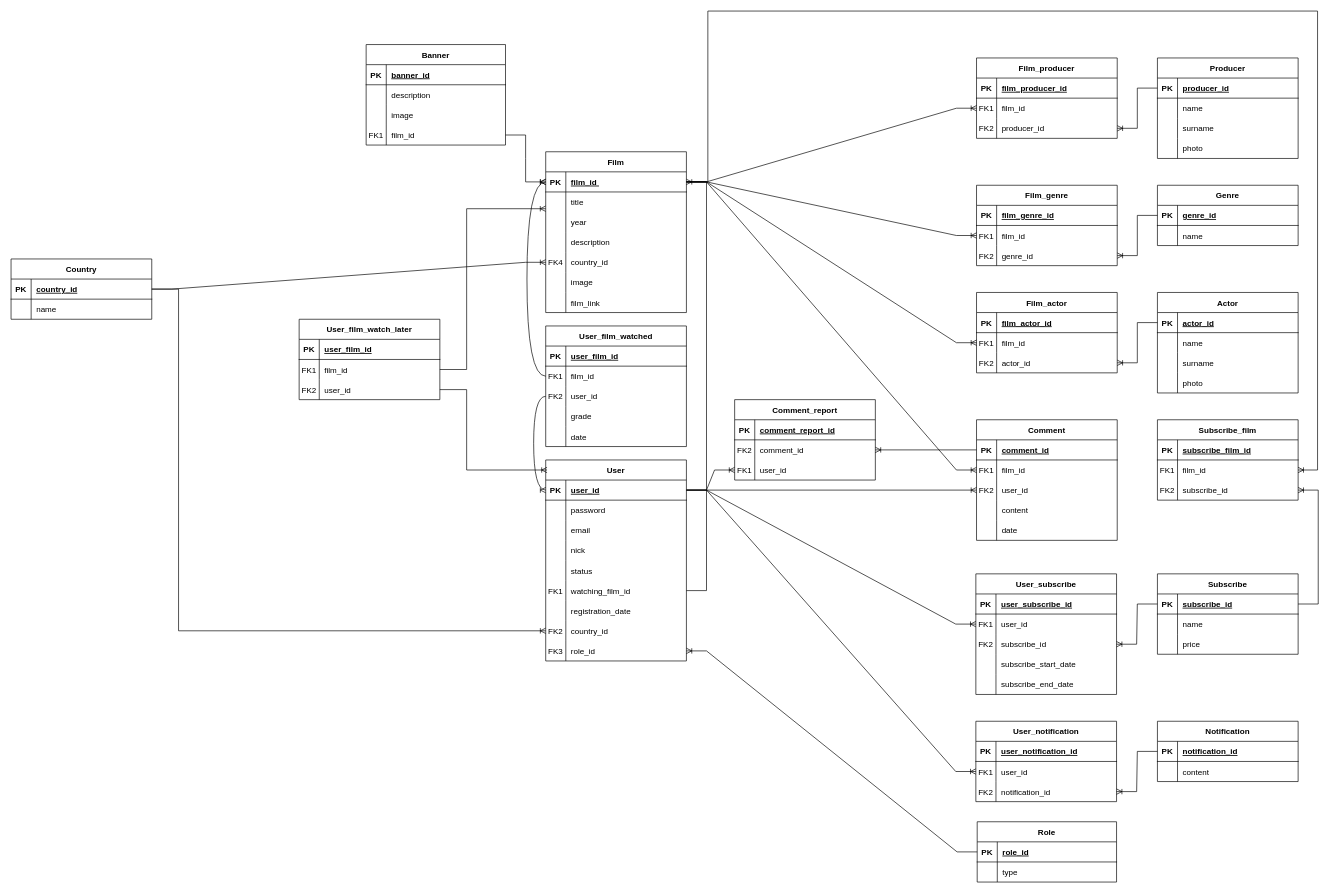
Above: Docs/er-model.drawio in flayexz/TimMovie (draw.io), before the change. Source tidied: cells renumbered, new cells numbered last; positions are measured from the earlier drawing's top-left corner, leaving out a move shared by most shapes. Both pictures are drawn from the tidied source at 67%, with x=0, y=0 at pixel (11, 11).
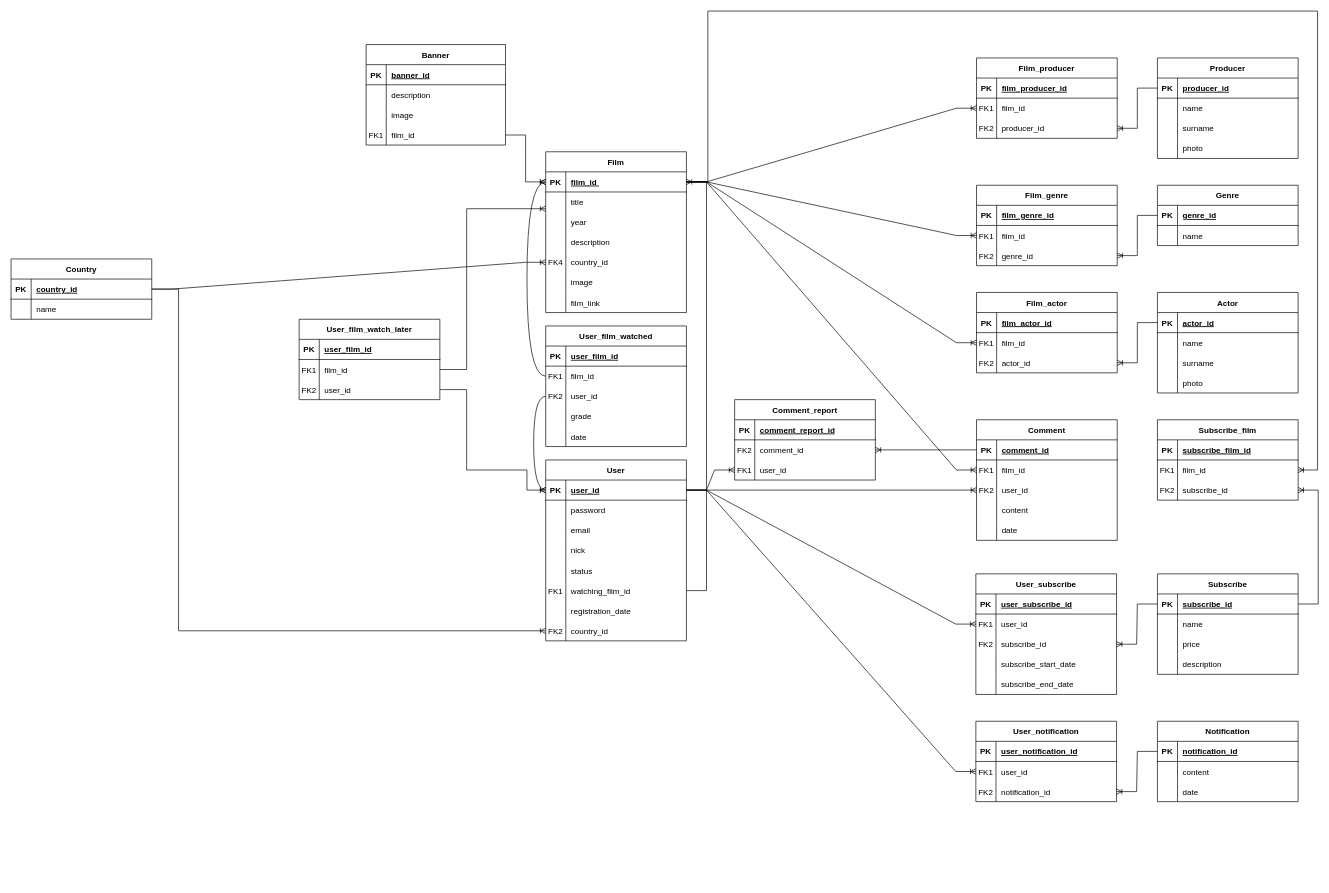
Above is the later version.

The change refers to these unchanged cells:
```xml
<mxCell id="3" style="shape=partialRectangle;fillColor=none;points=[[0,0.5],[1,0.5]];portConstraint=eastwest;top=0;left=0;right=0;bottom=1;" parent="2" vertex="1">
  <mxGeometry y="30" width="210" height="30" as="geometry" />
</mxCell>
<mxCell id="224" style="shape=partialRectangle;fillColor=none;points=[[0,0.5],[1,0.5]];portConstraint=eastwest;top=0;left=0;right=0;bottom=0;" parent="217" vertex="1">
  <mxGeometry y="90" width="210" height="30" as="geometry" />
</mxCell>
```

Diff of the diagram source:
```diff
@@
     <mxCell id="2" value="User" style="shape=table;startSize=30;childLayout=tableLayout;rowLines=0;fontStyle=1;align=center;" parent="1" vertex="1">
-      <mxGeometry x="798" y="670" width="210" height="300" as="geometry" />
+      <mxGeometry x="798" y="670" width="210" height="270" as="geometry" />
     </mxCell>
@@
-    <mxCell id="27" style="shape=partialRectangle;fillColor=none;points=[[0,0.5],[1,0.5]];portConstraint=eastwest;top=0;left=0;right=0;bottom=0;" parent="2" vertex="1">
-      <mxGeometry y="270" width="210" height="30" as="geometry" />
-    </mxCell>
-    <mxCell id="28" value="FK3" style="shape=partialRectangle;overflow=hidden;fillColor=none;top=0;left=0;bottom=0;right=0;" parent="27" vertex="1">
-      <mxGeometry width="30" height="30" as="geometry" />
-    </mxCell>
-    <mxCell id="29" value="role_id" style="shape=partialRectangle;overflow=hidden;fillColor=none;top=0;left=0;bottom=0;right=0;align=left;spacingLeft=6;" parent="27" vertex="1">
-      <mxGeometry x="30" width="180" height="30" as="geometry" />
-    </mxCell>
@@
     <mxCell id="111" value="Subscribe" style="shape=table;startSize=30;childLayout=tableLayout;rowLines=0;fontStyle=1;align=center;" parent="1" vertex="1">
-      <mxGeometry x="1711" y="840" width="210" height="120" as="geometry" />
+      <mxGeometry x="1711" y="840" width="210" height="150" as="geometry" />
     </mxCell>
@@
+    <mxCell id="272" style="shape=partialRectangle;fillColor=none;top=0;left=0;right=0;bottom=0;" parent="111" vertex="1">
+      <mxGeometry y="120" width="210" height="30" as="geometry" />
+    </mxCell>
+    <mxCell id="273" style="shape=partialRectangle;overflow=hidden;fillColor=none;top=0;left=0;bottom=0;right=0;" parent="272" vertex="1">
+      <mxGeometry width="30" height="30" as="geometry" />
+    </mxCell>
+    <mxCell id="274" value="description" style="shape=partialRectangle;overflow=hidden;fillColor=none;top=0;left=0;bottom=0;right=0;align=left;spacingLeft=6;" parent="272" vertex="1">
+      <mxGeometry x="30" width="180" height="30" as="geometry" />
+    </mxCell>
@@
-    <mxCell id="176" value="Role" style="shape=table;startSize=30;childLayout=tableLayout;rowLines=0;fontStyle=1;align=center;" parent="1" vertex="1">
-      <mxGeometry x="1442" y="1210" width="208" height="90" as="geometry" />
-    </mxCell>
-    <mxCell id="177" style="shape=partialRectangle;fillColor=none;points=[[0,0.5],[1,0.5]];portConstraint=eastwest;top=0;left=0;right=0;bottom=1;" parent="176" vertex="1">
-      <mxGeometry y="30" width="208" height="30" as="geometry" />
-    </mxCell>
-    <mxCell id="178" value="PK" style="shape=partialRectangle;overflow=hidden;fillColor=none;top=0;left=0;bottom=0;right=0;fontStyle=1;" parent="177" vertex="1">
-      <mxGeometry width="30" height="30" as="geometry" />
-    </mxCell>
-    <mxCell id="179" value="role_id" style="shape=partialRectangle;overflow=hidden;fillColor=none;top=0;left=0;bottom=0;right=0;align=left;spacingLeft=6;fontStyle=5;" parent="177" vertex="1">
-      <mxGeometry x="30" width="178" height="30" as="geometry" />
-    </mxCell>
-    <mxCell id="180" style="shape=partialRectangle;fillColor=none;top=0;left=0;right=0;bottom=0;" parent="176" vertex="1">
-      <mxGeometry y="60" width="208" height="30" as="geometry" />
-    </mxCell>
-    <mxCell id="181" style="shape=partialRectangle;overflow=hidden;fillColor=none;top=0;left=0;bottom=0;right=0;" parent="180" vertex="1">
-      <mxGeometry width="30" height="30" as="geometry" />
-    </mxCell>
-    <mxCell id="182" value="type" style="shape=partialRectangle;overflow=hidden;fillColor=none;top=0;left=0;bottom=0;right=0;align=left;spacingLeft=6;" parent="180" vertex="1">
-      <mxGeometry x="30" width="178" height="30" as="geometry" />
-    </mxCell>
-    <mxCell id="183" style="edgeStyle=entityRelationEdgeStyle;fontSize=12;html=1;endArrow=ERoneToMany;rounded=0;exitX=0;exitY=0.5;exitDx=0;exitDy=0;entryX=1;entryY=0.5;entryDx=0;entryDy=0;" parent="1" edge="1" source="177" target="27">
-      <mxGeometry relative="1" as="geometry" />
-    </mxCell>
@@
-    <mxCell id="227" style="edgeStyle=orthogonalEdgeStyle;fontSize=12;html=1;endArrow=ERoneToMany;rounded=0;orthogonal=0;exitX=1;exitY=0.5;exitDx=0;exitDy=0;" parent="1" edge="1" source="224">
+    <mxCell id="227" style="edgeStyle=orthogonalEdgeStyle;fontSize=12;html=1;endArrow=ERoneToMany;rounded=0;orthogonal=0;exitX=1;exitY=0.5;exitDx=0;exitDy=0;entryX=0;entryY=0.5;entryDx=0;entryDy=0;" parent="1" edge="1" source="224" target="3">
       <mxGeometry relative="1" as="geometry">
-        <mxPoint x="800" y="685" as="targetPoint" />
         <Array as="points">
           <mxPoint x="680" y="565" />
           <mxPoint x="680" y="685" />
+          <mxPoint x="770" y="685" />
+          <mxPoint x="770" y="715" />
         </Array>
       </mxGeometry>
     </mxCell>
@@
     <mxCell id="240" value="Notification" style="shape=table;startSize=30;childLayout=tableLayout;rowLines=0;fontStyle=1;align=center;" parent="1" vertex="1">
-      <mxGeometry x="1711" y="1060" width="210" height="90" as="geometry" />
+      <mxGeometry x="1711" y="1060" width="210" height="120" as="geometry" />
     </mxCell>
@@
+    <mxCell id="275" style="shape=partialRectangle;fillColor=none;top=0;left=0;right=0;bottom=0;" parent="240" vertex="1">
+      <mxGeometry y="90" width="210" height="30" as="geometry" />
+    </mxCell>
+    <mxCell id="276" style="shape=partialRectangle;overflow=hidden;fillColor=none;top=0;left=0;bottom=0;right=0;" parent="275" vertex="1">
+      <mxGeometry width="30" height="30" as="geometry" />
+    </mxCell>
+    <mxCell id="277" value="date" style="shape=partialRectangle;overflow=hidden;fillColor=none;top=0;left=0;bottom=0;right=0;align=left;spacingLeft=6;" parent="275" vertex="1">
+      <mxGeometry x="30" width="180" height="30" as="geometry" />
+    </mxCell>
```
